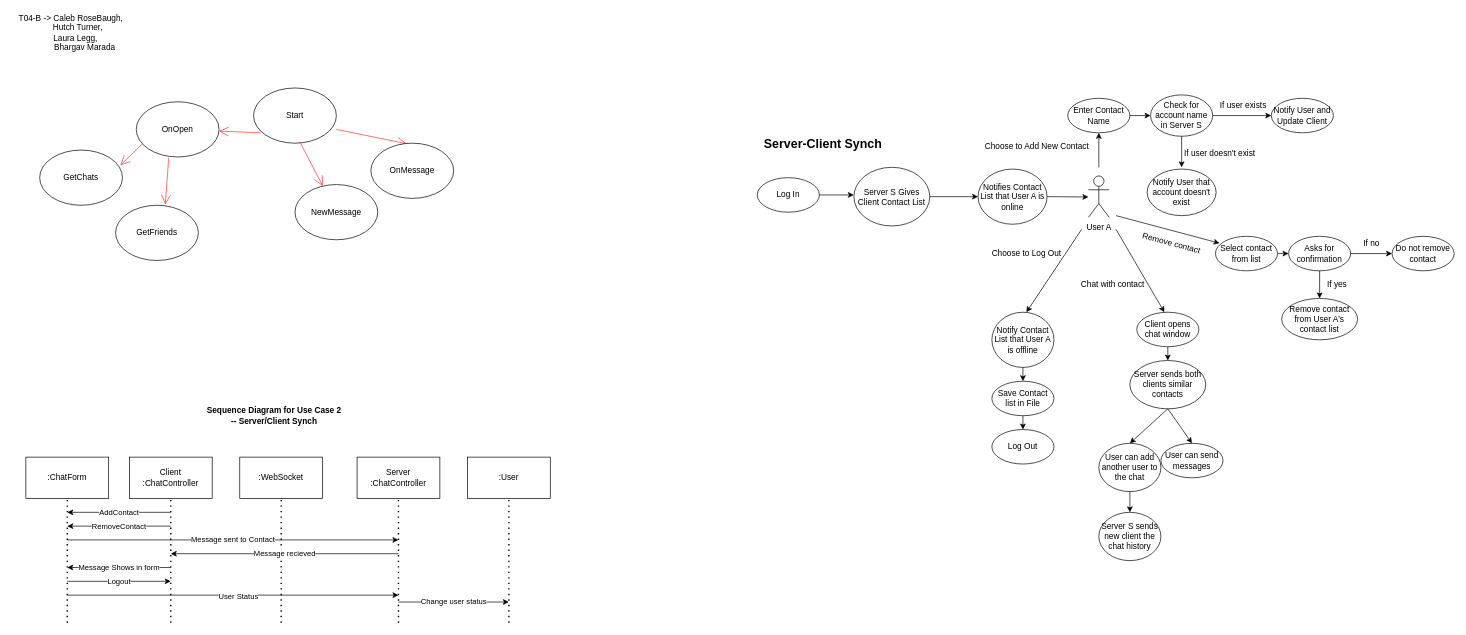
Rosebaugh/CS501 keeps this draw.io diagram as page "Server" (3 of 4) of Chat501App.drawio. Above is the earlier version. Source tidied: cells renumbered, new cells numbered last; positions are measured from the earlier drawing's top-left corner, leaving out a move shared by most shapes. Both pictures are drawn from the tidied source at 69%, with x=0, y=0 at pixel (12, 12).
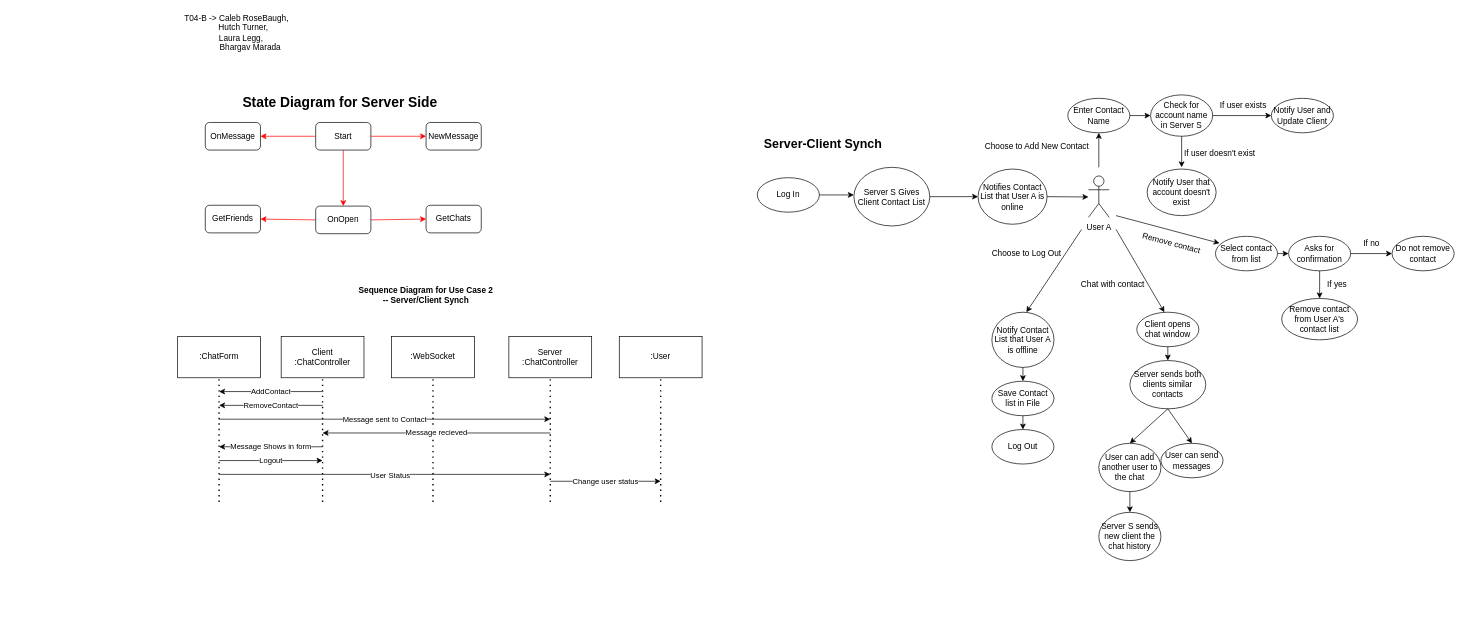
The same diagram, later.

Change to the diagram source:
```diff
@@
     <mxCell id="2" value="T04-B -&amp;gt; Caleb RoseBaugh,&lt;br&gt;&amp;nbsp; &amp;nbsp; &amp;nbsp; Hutch Turner,&lt;br&gt;&amp;nbsp; &amp;nbsp; Laura Legg,&lt;br&gt;&amp;nbsp; &amp;nbsp; &amp;nbsp; &amp;nbsp; &amp;nbsp; &amp;nbsp; Bhargav Marada&lt;br&gt;" style="text;html=1;align=center;verticalAlign=middle;strokeColor=none;" parent="1" vertex="1">
-      <mxGeometry width="170" height="60" as="geometry" />
+      <mxGeometry x="240" width="170" height="60" as="geometry" />
     </mxCell>
-    <mxCell id="3" value="Start" style="ellipse;whiteSpace=wrap;html=1;" parent="1" vertex="1">
-      <mxGeometry x="350" y="110" width="120" height="80" as="geometry" />
-    </mxCell>
-    <mxCell id="4" style="endArrow=open;endFill=1;endSize=12;html=1;fontSize=12;fontColor=#FF3333;strokeColor=#FF3333;" parent="1" edge="1" target="5">
-      <mxGeometry relative="1" as="geometry">
-        <mxPoint x="360" y="175" as="sourcePoint" />
-      </mxGeometry>
-    </mxCell>
-    <mxCell id="5" value="OnOpen" style="ellipse;whiteSpace=wrap;html=1;" parent="1" vertex="1">
-      <mxGeometry x="180" y="130" width="120" height="80" as="geometry" />
-    </mxCell>
-    <mxCell id="6" style="endArrow=open;endFill=1;endSize=12;html=1;fontSize=12;fontColor=#FF3333;strokeColor=#FF3333;exitX=1;exitY=0.75;exitDx=0;exitDy=0;exitPerimeter=0;entryX=0.432;entryY=0.009;entryDx=0;entryDy=0;entryPerimeter=0;" parent="1" edge="1" source="3" target="7">
-      <mxGeometry relative="1" as="geometry" />
-    </mxCell>
-    <mxCell id="7" value="OnMessage" style="ellipse;whiteSpace=wrap;html=1;" parent="1" vertex="1">
-      <mxGeometry x="520" y="190" width="120" height="80" as="geometry" />
-    </mxCell>
-    <mxCell id="8" value="GetChats" style="ellipse;whiteSpace=wrap;html=1;" parent="1" vertex="1">
-      <mxGeometry x="40" y="200" width="120" height="80" as="geometry" />
-    </mxCell>
-    <mxCell id="9" style="endArrow=open;endFill=1;endSize=12;html=1;fontSize=12;fontColor=#FF3333;strokeColor=#FF3333;exitX=0.083;exitY=0.75;exitDx=0;exitDy=0;exitPerimeter=0;entryX=0.975;entryY=0.275;entryDx=0;entryDy=0;entryPerimeter=0;" parent="1" edge="1" source="5" target="8">
-      <mxGeometry relative="1" as="geometry" />
-    </mxCell>
-    <mxCell id="10" style="endArrow=open;endFill=1;endSize=12;html=1;fontSize=12;fontColor=#FF3333;strokeColor=#FF3333;exitX=0.392;exitY=1.013;exitDx=0;exitDy=0;exitPerimeter=0;entryX=0.6;entryY=-0.012;entryDx=0;entryDy=0;entryPerimeter=0;" parent="1" edge="1" source="5" target="11">
-      <mxGeometry relative="1" as="geometry" />
-    </mxCell>
-    <mxCell id="11" value="GetFriends" style="ellipse;whiteSpace=wrap;html=1;" parent="1" vertex="1">
-      <mxGeometry x="150" y="280" width="120" height="80" as="geometry" />
-    </mxCell>
-    <mxCell id="12" style="endArrow=open;endFill=1;endSize=12;html=1;fontSize=12;fontColor=#FF3333;strokeColor=#FF3333;exitX=0.558;exitY=0.975;exitDx=0;exitDy=0;exitPerimeter=0;" parent="1" edge="1" source="3" target="13">
-      <mxGeometry relative="1" as="geometry" />
-    </mxCell>
-    <mxCell id="13" value="NewMessage" style="ellipse;whiteSpace=wrap;html=1;" parent="1" vertex="1">
-      <mxGeometry x="410" y="250" width="120" height="80" as="geometry" />
-    </mxCell>
@@
     <mxCell id="62" value=":ChatForm" style="rounded=0;whiteSpace=wrap;html=1;" parent="1" vertex="1">
-      <mxGeometry x="20" y="645" width="120" height="60" as="geometry" />
+      <mxGeometry x="240" y="470" width="120" height="60" as="geometry" />
     </mxCell>
     <mxCell id="63" value="Client&lt;br&gt;:ChatController" style="rounded=0;whiteSpace=wrap;html=1;" parent="1" vertex="1">
-      <mxGeometry x="170" y="645" width="120" height="60" as="geometry" />
+      <mxGeometry x="390" y="470" width="120" height="60" as="geometry" />
     </mxCell>
     <mxCell id="64" value=":WebSocket" style="rounded=0;whiteSpace=wrap;html=1;" parent="1" vertex="1">
-      <mxGeometry x="330" y="645" width="120" height="60" as="geometry" />
+      <mxGeometry x="550" y="470" width="120" height="60" as="geometry" />
     </mxCell>
     <mxCell id="65" style="endArrow=none;dashed=1;html=1;dashPattern=1 3;strokeWidth=2;entryX=0.5;entryY=1;entryDx=0;entryDy=0;" parent="1" edge="1" target="62">
       <mxGeometry relative="1" as="geometry">
-        <mxPoint x="80" y="885" as="sourcePoint" />
+        <mxPoint x="300" y="710" as="sourcePoint" />
       </mxGeometry>
     </mxCell>
     <mxCell id="66" style="endArrow=none;dashed=1;html=1;dashPattern=1 3;strokeWidth=2;entryX=0.5;entryY=1;entryDx=0;entryDy=0;" parent="1" edge="1" target="63">
       <mxGeometry relative="1" as="geometry">
-        <mxPoint x="230" y="885" as="sourcePoint" />
+        <mxPoint x="450" y="710" as="sourcePoint" />
       </mxGeometry>
     </mxCell>
     <mxCell id="67" style="endArrow=none;dashed=1;html=1;dashPattern=1 3;strokeWidth=2;entryX=0.5;entryY=1;entryDx=0;entryDy=0;" parent="1" edge="1" target="64">
       <mxGeometry relative="1" as="geometry">
-        <mxPoint x="390" y="885" as="sourcePoint" />
+        <mxPoint x="610" y="710" as="sourcePoint" />
       </mxGeometry>
     </mxCell>
     <mxCell id="68" value="Server&lt;br&gt;:ChatController" style="rounded=0;whiteSpace=wrap;html=1;" parent="1" vertex="1">
-      <mxGeometry x="500" y="645" width="120" height="60" as="geometry" />
+      <mxGeometry x="720" y="470" width="120" height="60" as="geometry" />
     </mxCell>
     <mxCell id="69" style="endArrow=none;dashed=1;html=1;dashPattern=1 3;strokeWidth=2;entryX=0.5;entryY=1;entryDx=0;entryDy=0;" parent="1" edge="1" target="68">
       <mxGeometry relative="1" as="geometry">
-        <mxPoint x="560" y="885" as="sourcePoint" />
+        <mxPoint x="780" y="710" as="sourcePoint" />
       </mxGeometry>
     </mxCell>
     <mxCell id="70" value="AddContact" style="endArrow=classic;html=1;" parent="1" edge="1">
       <mxGeometry relative="1" as="geometry">
-        <mxPoint x="230" y="725" as="sourcePoint" />
-        <mxPoint x="80" y="725" as="targetPoint" />
+        <mxPoint x="450" y="550" as="sourcePoint" />
+        <mxPoint x="300" y="550" as="targetPoint" />
       </mxGeometry>
     </mxCell>
     <mxCell id="71" value="RemoveContact" style="endArrow=classic;html=1;" parent="1" edge="1">
       <mxGeometry relative="1" as="geometry">
-        <mxPoint x="230" y="745" as="sourcePoint" />
-        <mxPoint x="80" y="745" as="targetPoint" />
+        <mxPoint x="450" y="570" as="sourcePoint" />
+        <mxPoint x="300" y="570" as="targetPoint" />
       </mxGeometry>
     </mxCell>
     <mxCell id="72" value="Message sent to Contact" style="endArrow=classic;html=1;" parent="1" edge="1">
       <mxGeometry relative="1" as="geometry">
-        <mxPoint x="80" y="765" as="sourcePoint" />
-        <mxPoint x="560" y="765" as="targetPoint" />
+        <mxPoint x="300" y="590" as="sourcePoint" />
+        <mxPoint x="780" y="590" as="targetPoint" />
       </mxGeometry>
     </mxCell>
     <mxCell id="73" value="Message recieved" style="endArrow=classic;html=1;" parent="1" edge="1">
       <mxGeometry relative="1" as="geometry">
-        <mxPoint x="560" y="785" as="sourcePoint" />
-        <mxPoint x="230" y="785" as="targetPoint" />
+        <mxPoint x="780" y="610" as="sourcePoint" />
+        <mxPoint x="450" y="610" as="targetPoint" />
       </mxGeometry>
     </mxCell>
     <mxCell id="74" value="Message Shows in form" style="endArrow=classic;html=1;" parent="1" edge="1">
       <mxGeometry relative="1" as="geometry">
-        <mxPoint x="230" y="805" as="sourcePoint" />
-        <mxPoint x="80" y="805" as="targetPoint" />
+        <mxPoint x="450" y="630" as="sourcePoint" />
+        <mxPoint x="300" y="630" as="targetPoint" />
       </mxGeometry>
     </mxCell>
     <mxCell id="75" value="Logout" style="endArrow=classic;html=1;" parent="1" edge="1">
       <mxGeometry relative="1" as="geometry">
-        <mxPoint x="80" y="825" as="sourcePoint" />
-        <mxPoint x="230" y="825" as="targetPoint" />
+        <mxPoint x="300" y="650" as="sourcePoint" />
+        <mxPoint x="450" y="650" as="targetPoint" />
       </mxGeometry>
     </mxCell>
     <mxCell id="76" style="endArrow=classic;html=1;" parent="1" edge="1">
       <mxGeometry relative="1" as="geometry">
-        <mxPoint x="80" y="845" as="sourcePoint" />
-        <mxPoint x="560" y="845" as="targetPoint" />
+        <mxPoint x="300" y="670" as="sourcePoint" />
+        <mxPoint x="780" y="670" as="targetPoint" />
       </mxGeometry>
     </mxCell>
@@
     <mxCell id="78" value=":User" style="rounded=0;whiteSpace=wrap;html=1;" parent="1" vertex="1">
-      <mxGeometry x="660" y="645" width="120" height="60" as="geometry" />
+      <mxGeometry x="880" y="470" width="120" height="60" as="geometry" />
     </mxCell>
     <mxCell id="79" style="endArrow=none;dashed=1;html=1;dashPattern=1 3;strokeWidth=2;entryX=0.5;entryY=1;entryDx=0;entryDy=0;" parent="1" edge="1" target="78">
       <mxGeometry relative="1" as="geometry">
-        <mxPoint x="720" y="885" as="sourcePoint" />
+        <mxPoint x="940" y="710" as="sourcePoint" />
       </mxGeometry>
     </mxCell>
     <mxCell id="80" value="Change user status" style="endArrow=classic;html=1;" parent="1" edge="1">
       <mxGeometry relative="1" as="geometry">
-        <mxPoint x="560" y="855" as="sourcePoint" />
-        <mxPoint x="720" y="855" as="targetPoint" />
+        <mxPoint x="780" y="680" as="sourcePoint" />
+        <mxPoint x="940" y="680" as="targetPoint" />
       </mxGeometry>
     </mxCell>
     <mxCell id="81" value="&lt;b&gt;Sequence Diagram for Use Case 2 -- Server/Client Synch&lt;/b&gt;" style="text;html=1;strokeColor=none;fillColor=none;align=center;verticalAlign=middle;whiteSpace=wrap;rounded=0;" parent="1" vertex="1">
-      <mxGeometry x="280" y="575" width="200" height="20" as="geometry" />
+      <mxGeometry x="500" y="400" width="200" height="20" as="geometry" />
     </mxCell>
+    <mxCell id="3" value="Start" style="rounded=1;whiteSpace=wrap;html=1;" parent="1" vertex="1">
+      <mxGeometry x="440" y="160" width="80" height="40" as="geometry" />
+    </mxCell>
+    <mxCell id="5" value="OnOpen" style="rounded=1;whiteSpace=wrap;html=1;" parent="1" vertex="1">
+      <mxGeometry x="440" y="281.2" width="80" height="40" as="geometry" />
+    </mxCell>
+    <mxCell id="13" value="NewMessage" style="rounded=1;whiteSpace=wrap;html=1;" parent="1" vertex="1">
+      <mxGeometry x="600" y="160" width="80" height="40" as="geometry" />
+    </mxCell>
+    <mxCell id="7" value="OnMessage" style="rounded=1;whiteSpace=wrap;html=1;" parent="1" vertex="1">
+      <mxGeometry x="280" y="160" width="80" height="40" as="geometry" />
+    </mxCell>
+    <mxCell id="11" value="GetFriends" style="rounded=1;whiteSpace=wrap;html=1;" parent="1" vertex="1">
+      <mxGeometry x="280" y="280" width="80" height="40" as="geometry" />
+    </mxCell>
+    <mxCell id="8" value="GetChats" style="rounded=1;whiteSpace=wrap;html=1;" parent="1" vertex="1">
+      <mxGeometry x="600" y="280" width="80" height="40" as="geometry" />
+    </mxCell>
+    <mxCell id="82" style="endArrow=classic;html=1;exitX=0.5;exitY=1;exitDx=0;exitDy=0;entryX=0.5;entryY=0;entryDx=0;entryDy=0;strokeColor=#FF0000;" parent="1" edge="1" source="3" target="5">
+      <mxGeometry relative="1" as="geometry" />
+    </mxCell>
+    <mxCell id="12" style="endArrow=classic;html=1;strokeColor=#FF0000;entryX=0;entryY=0.5;entryDx=0;entryDy=0;exitX=1;exitY=0.5;exitDx=0;exitDy=0;" parent="1" edge="1" source="3" target="13">
+      <mxGeometry relative="1" as="geometry" />
+    </mxCell>
+    <mxCell id="9" style="endArrow=classic;html=1;strokeColor=#FF0000;exitX=1;exitY=0.5;exitDx=0;exitDy=0;entryX=0;entryY=0.5;entryDx=0;entryDy=0;" parent="1" edge="1" source="5" target="8">
+      <mxGeometry relative="1" as="geometry" />
+    </mxCell>
+    <mxCell id="10" style="endArrow=classic;html=1;strokeColor=#FF0000;exitX=0;exitY=0.5;exitDx=0;exitDy=0;entryX=1;entryY=0.5;entryDx=0;entryDy=0;" parent="1" edge="1" source="5" target="11">
+      <mxGeometry relative="1" as="geometry" />
+    </mxCell>
+    <mxCell id="6" style="endArrow=classic;html=1;strokeColor=#FF0000;exitX=0;exitY=0.5;exitDx=0;exitDy=0;entryX=1;entryY=0.5;entryDx=0;entryDy=0;" parent="1" edge="1" source="3" target="7">
+      <mxGeometry relative="1" as="geometry" />
+    </mxCell>
+    <mxCell id="83" value="&lt;font style=&quot;font-size: 20px&quot;&gt;State Diagram for Server Side&lt;/font&gt;" style="text;html=1;align=center;verticalAlign=middle;strokeColor=none;fontStyle=1;" parent="1" vertex="1">
+      <mxGeometry x="325" y="120" width="300" height="20" as="geometry" />
+    </mxCell>
```
